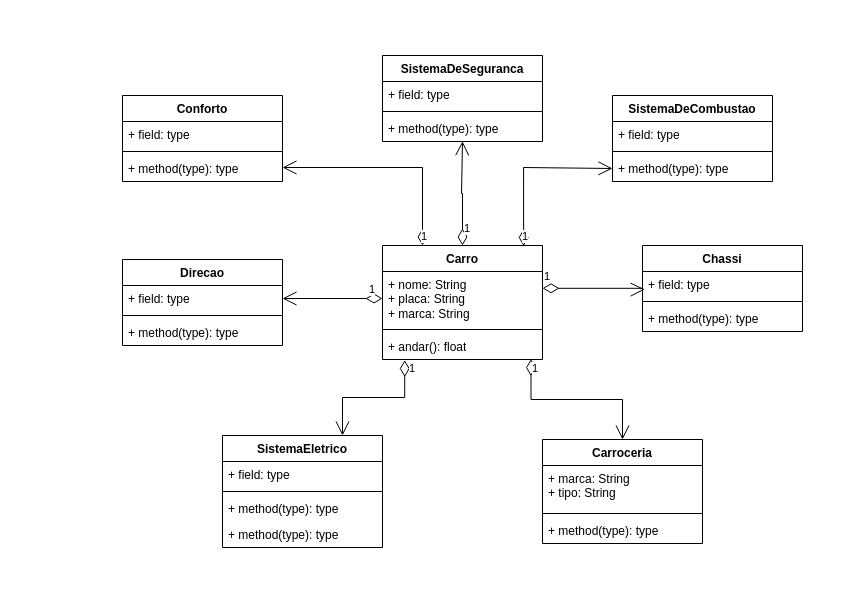
Above: Aula_02/Exercicios/ex002.drawio in Gabi-r7/Programacao_1_Cpp (draw.io), before the change. Source tidied: cells renumbered, new cells numbered last; positions are measured from the earlier drawing's top-left corner, leaving out a move shared by most shapes. Both pictures are drawn from the tidied source at 100%, with x=0, y=0 at pixel (122, 55).
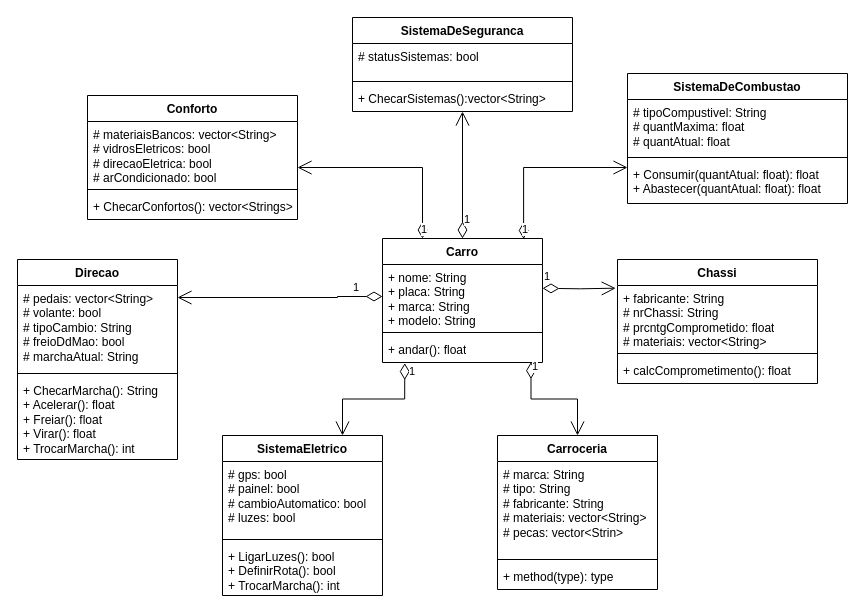
Above is the later version.

What changed in the source:
```diff
@@
     <mxCell id="2" value="Carro" style="swimlane;fontStyle=1;align=center;verticalAlign=top;horizontal=1;startSize=26;whiteSpace=wrap;html=1;" parent="1" vertex="1">
-      <mxGeometry x="260" y="190" width="160" height="114" as="geometry" />
+      <mxGeometry x="260" y="183" width="160" height="124" as="geometry" />
     </mxCell>
-    <mxCell id="3" value="+ nome: String&lt;div&gt;+ placa: String&lt;/div&gt;&lt;div&gt;+ marca: String&lt;/div&gt;" style="text;strokeColor=none;fillColor=none;align=left;verticalAlign=top;spacingLeft=4;spacingRight=4;overflow=hidden;points=[[0,0.5],[1,0.5]];portConstraint=eastwest;whiteSpace=wrap;html=1;" parent="2" vertex="1">
-      <mxGeometry y="26" width="160" height="54" as="geometry" />
+    <mxCell id="3" value="+ nome: String&lt;div&gt;+ placa: String&lt;/div&gt;&lt;div&gt;+ marca: String&lt;/div&gt;&lt;div&gt;+ modelo: String&lt;/div&gt;" style="text;strokeColor=none;fillColor=none;align=left;verticalAlign=top;spacingLeft=4;spacingRight=4;overflow=hidden;points=[[0,0.5],[1,0.5]];portConstraint=eastwest;whiteSpace=wrap;html=1;" parent="2" vertex="1">
+      <mxGeometry y="26" width="160" height="64" as="geometry" />
     </mxCell>
     <mxCell id="4" style="line;strokeWidth=1;fillColor=none;align=left;verticalAlign=middle;spacingTop=-1;spacingLeft=3;spacingRight=3;labelPosition=right;strokeColor=inherit;" parent="2" vertex="1">
-      <mxGeometry y="80" width="160" height="8" as="geometry" />
+      <mxGeometry y="90" width="160" height="8" as="geometry" />
     </mxCell>
     <mxCell id="5" value="+ andar(): float" style="text;strokeColor=none;fillColor=none;align=left;verticalAlign=top;spacingLeft=4;spacingRight=4;overflow=hidden;points=[[0,0.5],[1,0.5]];portConstraint=eastwest;whiteSpace=wrap;html=1;" parent="2" vertex="1">
-      <mxGeometry y="88" width="160" height="26" as="geometry" />
+      <mxGeometry y="98" width="160" height="26" as="geometry" />
     </mxCell>
     <mxCell id="6" value="Carroceria" style="swimlane;fontStyle=1;align=center;verticalAlign=top;horizontal=1;startSize=26;whiteSpace=wrap;html=1;" parent="1" vertex="1">
-      <mxGeometry x="420" y="384" width="160" height="104" as="geometry" />
+      <mxGeometry x="375" y="380" width="160" height="154" as="geometry" />
     </mxCell>
-    <mxCell id="7" value="+ marca: String&lt;div&gt;+ tipo: String&lt;/div&gt;" style="text;strokeColor=none;fillColor=none;align=left;verticalAlign=top;spacingLeft=4;spacingRight=4;overflow=hidden;whiteSpace=wrap;html=1;" parent="6" vertex="1">
-      <mxGeometry y="26" width="160" height="44" as="geometry" />
+    <mxCell id="7" value="# marca: String&lt;div&gt;# tipo: String&lt;/div&gt;&lt;div&gt;# fabricante: String&lt;/div&gt;&lt;div&gt;# materiais: vector&amp;lt;String&amp;gt;&lt;/div&gt;&lt;div&gt;# pecas: vector&amp;lt;Strin&amp;gt;&lt;/div&gt;" style="text;strokeColor=none;fillColor=none;align=left;verticalAlign=top;spacingLeft=4;spacingRight=4;overflow=hidden;whiteSpace=wrap;html=1;" parent="6" vertex="1">
+      <mxGeometry y="26" width="160" height="94" as="geometry" />
     </mxCell>
     <mxCell id="8" style="line;strokeWidth=1;fillColor=none;align=left;verticalAlign=middle;spacingTop=-1;spacingLeft=3;spacingRight=3;labelPosition=right;strokeColor=inherit;" parent="6" vertex="1">
-      <mxGeometry y="70" width="160" height="8" as="geometry" />
+      <mxGeometry y="120" width="160" height="8" as="geometry" />
     </mxCell>
     <mxCell id="9" value="+ method(type): type" style="text;strokeColor=none;fillColor=none;align=left;verticalAlign=top;spacingLeft=4;spacingRight=4;overflow=hidden;whiteSpace=wrap;html=1;" parent="6" vertex="1">
-      <mxGeometry y="78" width="160" height="26" as="geometry" />
+      <mxGeometry y="128" width="160" height="26" as="geometry" />
     </mxCell>
     <mxCell id="10" value="SistemaEletrico" style="swimlane;fontStyle=1;align=center;verticalAlign=top;horizontal=1;startSize=26;whiteSpace=wrap;html=1;" parent="1" vertex="1">
-      <mxGeometry x="100" y="380" width="160" height="112" as="geometry" />
+      <mxGeometry x="100" y="380" width="160" height="160" as="geometry" />
     </mxCell>
-    <mxCell id="11" value="+ field: type" style="text;strokeColor=none;fillColor=none;align=left;verticalAlign=top;spacingLeft=4;spacingRight=4;overflow=hidden;whiteSpace=wrap;html=1;" parent="10" vertex="1">
-      <mxGeometry y="26" width="160" height="26" as="geometry" />
+    <mxCell id="11" value="# gps: bool&lt;div&gt;# painel: bool&lt;/div&gt;&lt;div&gt;# cambioAutomatico: bool&lt;/div&gt;&lt;div&gt;# luzes: bool&lt;/div&gt;" style="text;strokeColor=none;fillColor=none;align=left;verticalAlign=top;spacingLeft=4;spacingRight=4;overflow=hidden;whiteSpace=wrap;html=1;" parent="10" vertex="1">
+      <mxGeometry y="26" width="160" height="74" as="geometry" />
     </mxCell>
     <mxCell id="12" style="line;strokeWidth=1;fillColor=none;align=left;verticalAlign=middle;spacingTop=-1;spacingLeft=3;spacingRight=3;labelPosition=right;strokeColor=inherit;" parent="10" vertex="1">
-      <mxGeometry y="52" width="160" height="8" as="geometry" />
+      <mxGeometry y="100" width="160" height="8" as="geometry" />
     </mxCell>
-    <mxCell id="13" value="+ method(type): type" style="text;strokeColor=none;fillColor=none;align=left;verticalAlign=top;spacingLeft=4;spacingRight=4;overflow=hidden;whiteSpace=wrap;html=1;" parent="10" vertex="1">
-      <mxGeometry y="60" width="160" height="26" as="geometry" />
+    <mxCell id="13" value="+ LigarLuzes(): bool&lt;div&gt;+ DefinirRota(): bool&lt;/div&gt;&lt;div&gt;+ TrocarMarcha(): int&lt;/div&gt;" style="text;strokeColor=none;fillColor=none;align=left;verticalAlign=top;spacingLeft=4;spacingRight=4;overflow=hidden;whiteSpace=wrap;html=1;" parent="10" vertex="1">
+      <mxGeometry y="108" width="160" height="52" as="geometry" />
     </mxCell>
-    <mxCell id="14" value="+ method(type): type" style="text;strokeColor=none;fillColor=none;align=left;verticalAlign=top;spacingLeft=4;spacingRight=4;overflow=hidden;whiteSpace=wrap;html=1;" parent="10" vertex="1">
-      <mxGeometry y="86" width="160" height="26" as="geometry" />
-    </mxCell>
     <mxCell id="15" value="Chassi" style="swimlane;fontStyle=1;align=center;verticalAlign=top;horizontal=1;startSize=26;whiteSpace=wrap;html=1;" parent="1" vertex="1">
-      <mxGeometry x="520" y="190" width="160" height="86" as="geometry" />
+      <mxGeometry x="495" y="204" width="200" height="124" as="geometry" />
     </mxCell>
-    <mxCell id="16" value="+ field: type" style="text;strokeColor=none;fillColor=none;align=left;verticalAlign=top;spacingLeft=4;spacingRight=4;overflow=hidden;points=[[0,0.5],[1,0.5]];portConstraint=eastwest;whiteSpace=wrap;html=1;" parent="15" vertex="1">
-      <mxGeometry y="26" width="160" height="26" as="geometry" />
+    <mxCell id="16" value="+ fabricante: String&lt;div&gt;# nrChassi: String&lt;/div&gt;&lt;div&gt;# prcntgComprometido: float&lt;/div&gt;&lt;div&gt;# materiais: vector&amp;lt;String&amp;gt;&lt;/div&gt;" style="text;strokeColor=none;fillColor=none;align=left;verticalAlign=top;spacingLeft=4;spacingRight=4;overflow=hidden;points=[[0,0.5],[1,0.5]];portConstraint=eastwest;whiteSpace=wrap;html=1;" parent="15" vertex="1">
+      <mxGeometry y="26" width="200" height="64" as="geometry" />
     </mxCell>
     <mxCell id="17" style="line;strokeWidth=1;fillColor=none;align=left;verticalAlign=middle;spacingTop=-1;spacingLeft=3;spacingRight=3;labelPosition=right;strokeColor=inherit;" parent="15" vertex="1">
-      <mxGeometry y="52" width="160" height="8" as="geometry" />
+      <mxGeometry y="90" width="200" height="8" as="geometry" />
     </mxCell>
-    <mxCell id="18" value="+ method(type): type" style="text;strokeColor=none;fillColor=none;align=left;verticalAlign=top;spacingLeft=4;spacingRight=4;overflow=hidden;whiteSpace=wrap;html=1;" parent="15" vertex="1">
-      <mxGeometry y="60" width="160" height="26" as="geometry" />
+    <mxCell id="18" value="+ calcComprometimento(): float" style="text;strokeColor=none;fillColor=none;align=left;verticalAlign=top;spacingLeft=4;spacingRight=4;overflow=hidden;whiteSpace=wrap;html=1;" parent="15" vertex="1">
+      <mxGeometry y="98" width="200" height="26" as="geometry" />
     </mxCell>
     <mxCell id="19" value="SistemaDeCombustao" style="swimlane;fontStyle=1;align=center;verticalAlign=top;horizontal=1;startSize=26;whiteSpace=wrap;html=1;" parent="1" vertex="1">
-      <mxGeometry x="490" y="40" width="160" height="86" as="geometry" />
+      <mxGeometry x="505" y="18" width="220" height="130" as="geometry" />
     </mxCell>
-    <mxCell id="20" value="+ field: type" style="text;strokeColor=none;fillColor=none;align=left;verticalAlign=top;spacingLeft=4;spacingRight=4;overflow=hidden;whiteSpace=wrap;html=1;" parent="19" vertex="1">
-      <mxGeometry y="26" width="160" height="26" as="geometry" />
+    <mxCell id="20" value="# tipoCompustivel: String&lt;div&gt;# quantMaxima: float&lt;/div&gt;&lt;div&gt;# quantAtual: float&lt;/div&gt;" style="text;strokeColor=none;fillColor=none;align=left;verticalAlign=top;spacingLeft=4;spacingRight=4;overflow=hidden;whiteSpace=wrap;html=1;" parent="19" vertex="1">
+      <mxGeometry y="26" width="220" height="54" as="geometry" />
     </mxCell>
     <mxCell id="21" style="line;strokeWidth=1;fillColor=none;align=left;verticalAlign=middle;spacingTop=-1;spacingLeft=3;spacingRight=3;labelPosition=right;strokeColor=inherit;" parent="19" vertex="1">
-      <mxGeometry y="52" width="160" height="8" as="geometry" />
+      <mxGeometry y="80" width="220" height="8" as="geometry" />
     </mxCell>
-    <mxCell id="22" value="+ method(type): type" style="text;strokeColor=none;fillColor=none;align=left;verticalAlign=top;spacingLeft=4;spacingRight=4;overflow=hidden;points=[[0,0.5],[1,0.5]];portConstraint=eastwest;whiteSpace=wrap;html=1;" parent="19" vertex="1">
-      <mxGeometry y="60" width="160" height="26" as="geometry" />
+    <mxCell id="22" value="+ Consumir(quantAtual: float): float&lt;div&gt;+ Abastecer(quantAtual: float): float&lt;/div&gt;" style="text;strokeColor=none;fillColor=none;align=left;verticalAlign=top;spacingLeft=4;spacingRight=4;overflow=hidden;points=[[0,0.5],[1,0.5]];portConstraint=eastwest;whiteSpace=wrap;html=1;" parent="19" vertex="1">
+      <mxGeometry y="88" width="220" height="42" as="geometry" />
     </mxCell>
     <mxCell id="23" value="SistemaDeSeguranca" style="swimlane;fontStyle=1;align=center;verticalAlign=top;horizontal=1;startSize=26;whiteSpace=wrap;html=1;" parent="1" vertex="1">
-      <mxGeometry x="260" width="160" height="86" as="geometry" />
+      <mxGeometry x="230" y="-38" width="220" height="94" as="geometry" />
     </mxCell>
-    <mxCell id="24" value="+ field: type" style="text;strokeColor=none;fillColor=none;align=left;verticalAlign=top;spacingLeft=4;spacingRight=4;overflow=hidden;whiteSpace=wrap;html=1;" parent="23" vertex="1">
-      <mxGeometry y="26" width="160" height="26" as="geometry" />
+    <mxCell id="24" value="&lt;div&gt;# statusSistemas: bool&lt;/div&gt;" style="text;strokeColor=none;fillColor=none;align=left;verticalAlign=top;spacingLeft=4;spacingRight=4;overflow=hidden;whiteSpace=wrap;html=1;" parent="23" vertex="1">
+      <mxGeometry y="26" width="220" height="34" as="geometry" />
     </mxCell>
     <mxCell id="25" style="line;strokeWidth=1;fillColor=none;align=left;verticalAlign=middle;spacingTop=-1;spacingLeft=3;spacingRight=3;labelPosition=right;strokeColor=inherit;" parent="23" vertex="1">
-      <mxGeometry y="52" width="160" height="8" as="geometry" />
+      <mxGeometry y="60" width="220" height="8" as="geometry" />
     </mxCell>
-    <mxCell id="26" value="+ method(type): type" style="text;strokeColor=none;fillColor=none;align=left;verticalAlign=top;spacingLeft=4;spacingRight=4;overflow=hidden;points=[[0,0.5],[1,0.5]];portConstraint=eastwest;whiteSpace=wrap;html=1;" parent="23" vertex="1">
-      <mxGeometry y="60" width="160" height="26" as="geometry" />
+    <mxCell id="26" value="+ ChecarSistemas():vector&amp;lt;String&amp;gt;" style="text;strokeColor=none;fillColor=none;align=left;verticalAlign=top;spacingLeft=4;spacingRight=4;overflow=hidden;points=[[0,0.5],[1,0.5]];portConstraint=eastwest;whiteSpace=wrap;html=1;" parent="23" vertex="1">
+      <mxGeometry y="68" width="220" height="26" as="geometry" />
     </mxCell>
     <mxCell id="27" value="Conforto" style="swimlane;fontStyle=1;align=center;verticalAlign=top;horizontal=1;startSize=26;whiteSpace=wrap;html=1;" parent="1" vertex="1">
-      <mxGeometry y="40" width="160" height="86" as="geometry" />
+      <mxGeometry x="-35" y="40" width="210" height="124" as="geometry" />
     </mxCell>
-    <mxCell id="28" value="+ field: type" style="text;strokeColor=none;fillColor=none;align=left;verticalAlign=top;spacingLeft=4;spacingRight=4;overflow=hidden;points=[[0,0.5],[1,0.5]];portConstraint=eastwest;whiteSpace=wrap;html=1;" parent="27" vertex="1">
-      <mxGeometry y="26" width="160" height="26" as="geometry" />
+    <mxCell id="28" value="# materiaisBancos: vector&amp;lt;String&amp;gt;&lt;div&gt;# vidrosEletricos: bool&lt;/div&gt;&lt;div&gt;# direcaoEletrica: bool&lt;/div&gt;&lt;div&gt;# arCondicionado: bool&lt;/div&gt;" style="text;strokeColor=none;fillColor=none;align=left;verticalAlign=top;spacingLeft=4;spacingRight=4;overflow=hidden;points=[[0,0.5],[1,0.5]];portConstraint=eastwest;whiteSpace=wrap;html=1;" parent="27" vertex="1">
+      <mxGeometry y="26" width="210" height="64" as="geometry" />
     </mxCell>
     <mxCell id="29" style="line;strokeWidth=1;fillColor=none;align=left;verticalAlign=middle;spacingTop=-1;spacingLeft=3;spacingRight=3;labelPosition=right;strokeColor=inherit;" parent="27" vertex="1">
-      <mxGeometry y="52" width="160" height="8" as="geometry" />
+      <mxGeometry y="90" width="210" height="8" as="geometry" />
     </mxCell>
-    <mxCell id="30" value="+ method(type): type" style="text;strokeColor=none;fillColor=none;align=left;verticalAlign=top;spacingLeft=4;spacingRight=4;overflow=hidden;points=[[0,0.5],[1,0.5]];portConstraint=eastwest;whiteSpace=wrap;html=1;" parent="27" vertex="1">
-      <mxGeometry y="60" width="160" height="26" as="geometry" />
+    <mxCell id="30" value="+ ChecarConfortos(): vector&amp;lt;Strings&amp;gt;" style="text;strokeColor=none;fillColor=none;align=left;verticalAlign=top;spacingLeft=4;spacingRight=4;overflow=hidden;points=[[0,0.5],[1,0.5]];portConstraint=eastwest;whiteSpace=wrap;html=1;" parent="27" vertex="1">
+      <mxGeometry y="98" width="210" height="26" as="geometry" />
     </mxCell>
     <mxCell id="31" value="Direcao" style="swimlane;fontStyle=1;align=center;verticalAlign=top;horizontal=1;startSize=26;whiteSpace=wrap;html=1;" parent="1" vertex="1">
-      <mxGeometry y="204" width="160" height="86" as="geometry" />
+      <mxGeometry x="-105" y="204" width="160" height="200" as="geometry" />
     </mxCell>
-    <mxCell id="32" value="+ field: type" style="text;strokeColor=none;fillColor=none;align=left;verticalAlign=top;spacingLeft=4;spacingRight=4;overflow=hidden;points=[[0,0.5],[1,0.5]];portConstraint=eastwest;whiteSpace=wrap;html=1;" parent="31" vertex="1">
-      <mxGeometry y="26" width="160" height="26" as="geometry" />
+    <mxCell id="32" value="# pedais: vector&amp;lt;String&amp;gt;&lt;div&gt;# volante: bool&lt;/div&gt;&lt;div&gt;# tipoCambio: String&lt;/div&gt;&lt;div&gt;# freioDdMao: bool&lt;/div&gt;&lt;div&gt;# marchaAtual: String&lt;/div&gt;" style="text;strokeColor=none;fillColor=none;align=left;verticalAlign=top;spacingLeft=4;spacingRight=4;overflow=hidden;points=[[0,0.5],[1,0.5]];portConstraint=eastwest;whiteSpace=wrap;html=1;" parent="31" vertex="1">
+      <mxGeometry y="26" width="160" height="84" as="geometry" />
     </mxCell>
     <mxCell id="33" style="line;strokeWidth=1;fillColor=none;align=left;verticalAlign=middle;spacingTop=-1;spacingLeft=3;spacingRight=3;labelPosition=right;strokeColor=inherit;" parent="31" vertex="1">
-      <mxGeometry y="52" width="160" height="8" as="geometry" />
+      <mxGeometry y="110" width="160" height="8" as="geometry" />
     </mxCell>
-    <mxCell id="34" value="+ method(type): type" style="text;strokeColor=none;fillColor=none;align=left;verticalAlign=top;spacingLeft=4;spacingRight=4;overflow=hidden;whiteSpace=wrap;html=1;" parent="31" vertex="1">
-      <mxGeometry y="60" width="160" height="26" as="geometry" />
+    <mxCell id="34" value="+ ChecarMarcha(): String&lt;div&gt;+ Acelerar(): float&lt;/div&gt;&lt;div&gt;+ Freiar(): float&lt;/div&gt;&lt;div&gt;+ Virar(): float&lt;/div&gt;&lt;div&gt;+ TrocarMarcha(): int&lt;/div&gt;" style="text;strokeColor=none;fillColor=none;align=left;verticalAlign=top;spacingLeft=4;spacingRight=4;overflow=hidden;whiteSpace=wrap;html=1;" parent="31" vertex="1">
+      <mxGeometry y="118" width="160" height="82" as="geometry" />
     </mxCell>
-    <mxCell id="35" value="1" style="endArrow=open;html=1;endSize=12;startArrow=diamondThin;startSize=14;startFill=0;edgeStyle=orthogonalEdgeStyle;align=left;verticalAlign=bottom;rounded=0;exitX=0.5;exitY=0;exitDx=0;exitDy=0;entryX=0.5;entryY=0.99;entryDx=0;entryDy=0;entryPerimeter=0;" parent="1" edge="1" source="2" target="26">
-      <mxGeometry x="-0.85" relative="1" as="geometry">
-        <Array as="points">
-          <mxPoint x="340" y="138" />
-          <mxPoint x="339" y="138" />
-          <mxPoint x="339" y="86" />
-        </Array>
-      </mxGeometry>
+    <mxCell id="35" value="1" style="endArrow=open;html=1;endSize=12;startArrow=diamondThin;startSize=14;startFill=0;edgeStyle=orthogonalEdgeStyle;align=left;verticalAlign=bottom;rounded=0;exitX=0.5;exitY=0;exitDx=0;exitDy=0;entryX=0.5;entryY=1;entryDx=0;entryDy=0;" parent="1" edge="1" source="2" target="23">
+      <mxGeometry x="-0.85" relative="1" as="geometry" />
     </mxCell>
-    <mxCell id="36" value="1" style="endArrow=open;html=1;endSize=12;startArrow=diamondThin;startSize=14;startFill=0;edgeStyle=orthogonalEdgeStyle;align=left;verticalAlign=bottom;rounded=0;exitX=0.882;exitY=0.004;exitDx=0;exitDy=0;exitPerimeter=0;entryX=0;entryY=0.5;entryDx=0;entryDy=0;" parent="1" edge="1" source="2" target="22">
+    <mxCell id="36" value="1" style="endArrow=open;html=1;endSize=12;startArrow=diamondThin;startSize=14;startFill=0;edgeStyle=orthogonalEdgeStyle;align=left;verticalAlign=bottom;rounded=0;exitX=0.882;exitY=0.004;exitDx=0;exitDy=0;exitPerimeter=0;entryX=0;entryY=0.143;entryDx=0;entryDy=0;entryPerimeter=0;" parent="1" edge="1" source="2" target="22">
       <mxGeometry x="-1" y="3" relative="1" as="geometry">
         <Array as="points">
           <mxPoint x="401" y="112" />
-          <mxPoint x="490" y="112" />
         </Array>
       </mxGeometry>
     </mxCell>
-    <mxCell id="37" value="1" style="endArrow=open;html=1;endSize=12;startArrow=diamondThin;startSize=14;startFill=0;edgeStyle=orthogonalEdgeStyle;align=left;verticalAlign=bottom;rounded=0;entryX=0.014;entryY=0.687;entryDx=0;entryDy=0;entryPerimeter=0;" parent="1" edge="1" target="16">
+    <mxCell id="37" value="1" style="endArrow=open;html=1;endSize=12;startArrow=diamondThin;startSize=14;startFill=0;edgeStyle=orthogonalEdgeStyle;align=left;verticalAlign=bottom;rounded=0;entryX=-0.009;entryY=0.042;entryDx=0;entryDy=0;entryPerimeter=0;" parent="1" edge="1" target="16">
       <mxGeometry x="-1" y="3" relative="1" as="geometry">
         <mxPoint x="420" y="232.8" as="sourcePoint" />
-        <Array as="points">
-          <mxPoint x="520" y="233" />
-          <mxPoint x="520" y="234" />
-        </Array>
       </mxGeometry>
     </mxCell>
@@
-    <mxCell id="40" value="1" style="endArrow=open;html=1;endSize=12;startArrow=diamondThin;startSize=14;startFill=0;edgeStyle=orthogonalEdgeStyle;align=left;verticalAlign=bottom;rounded=0;exitX=0.25;exitY=0;exitDx=0;exitDy=0;" parent="1" edge="1" source="2" target="30">
+    <mxCell id="40" value="1" style="endArrow=open;html=1;endSize=12;startArrow=diamondThin;startSize=14;startFill=0;edgeStyle=orthogonalEdgeStyle;align=left;verticalAlign=bottom;rounded=0;exitX=0.25;exitY=0;exitDx=0;exitDy=0;" parent="1" edge="1" source="2" target="28">
       <mxGeometry x="-1" y="3" relative="1" as="geometry">
         <Array as="points">
           <mxPoint x="300" y="112" />
         </Array>
       </mxGeometry>
     </mxCell>
-    <mxCell id="41" value="1" style="endArrow=open;html=1;endSize=12;startArrow=diamondThin;startSize=14;startFill=0;edgeStyle=orthogonalEdgeStyle;align=left;verticalAlign=bottom;rounded=0;entryX=1;entryY=0.5;entryDx=0;entryDy=0;exitX=0;exitY=0.5;exitDx=0;exitDy=0;" parent="1" edge="1" source="3" target="32">
-      <mxGeometry x="-0.7" relative="1" as="geometry" />
+    <mxCell id="41" value="1" style="endArrow=open;html=1;endSize=12;startArrow=diamondThin;startSize=14;startFill=0;edgeStyle=orthogonalEdgeStyle;align=left;verticalAlign=bottom;rounded=0;exitX=0;exitY=0.5;exitDx=0;exitDy=0;entryX=1;entryY=0.143;entryDx=0;entryDy=0;entryPerimeter=0;" parent="1" edge="1" source="3" target="32">
+      <mxGeometry x="-0.7" relative="1" as="geometry">
+        <Array as="points">
+          <mxPoint x="215" y="241" />
+        </Array>
+      </mxGeometry>
     </mxCell>
```
